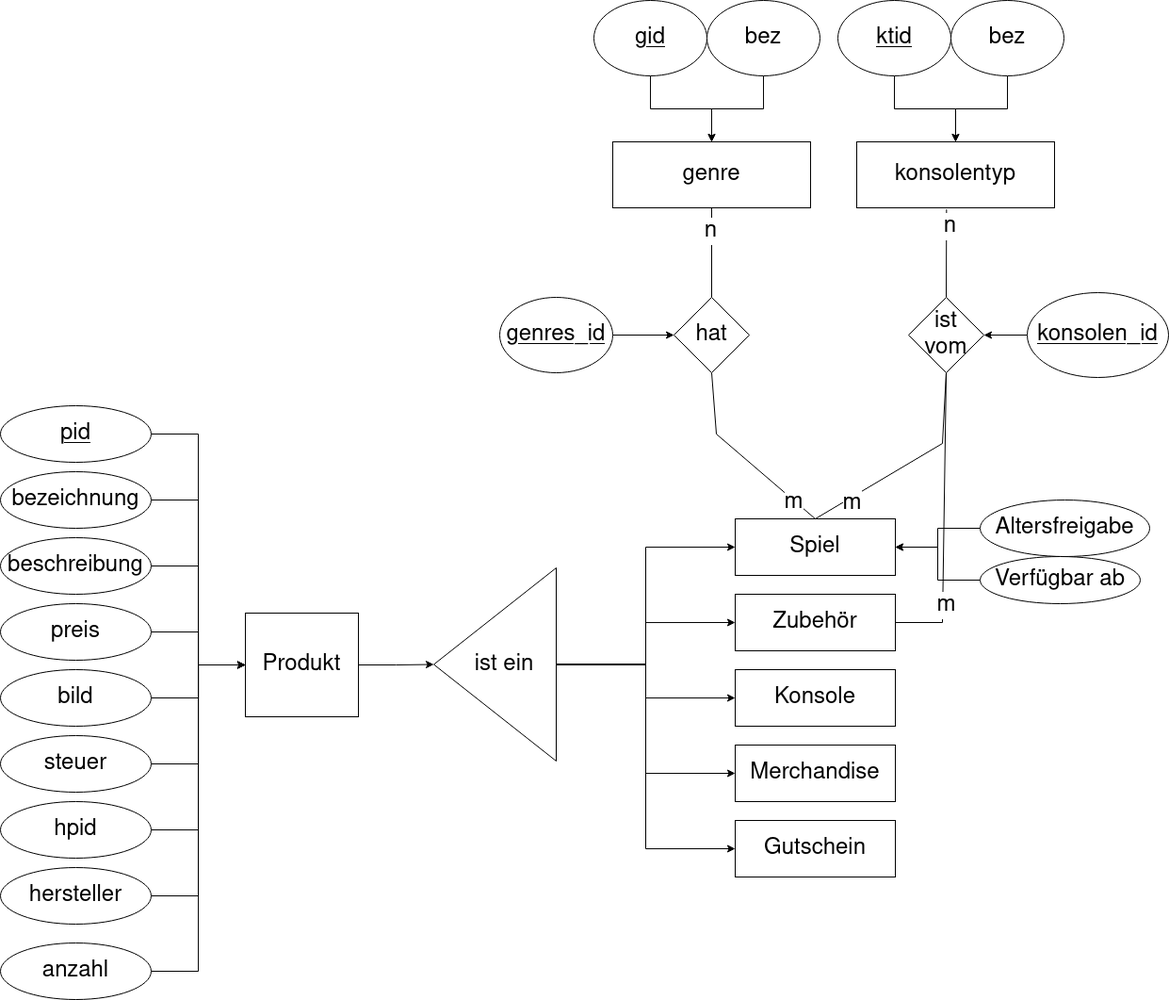
The draw.io diagram Dokumentation/ERM_Gamerverse.png in VANCOLD/webshop, before a commit. Source tidied: cells renumbered, new cells last; positions are measured from the earlier drawing's top-left corner, leaving out a move shared by most shapes.
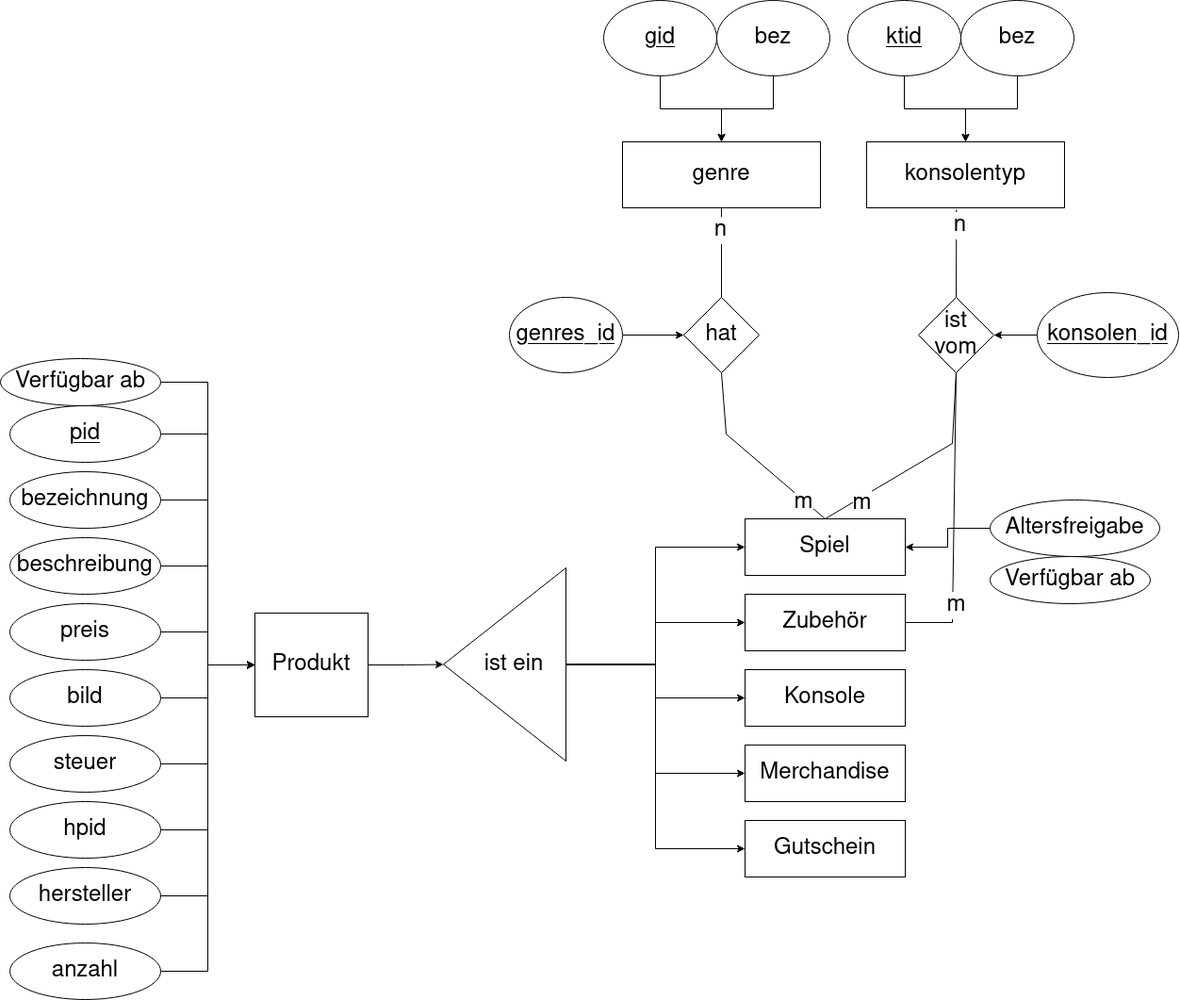
The same file after the commit.

What changed in the source:
```diff
@@ -199,11 +199,14 @@
     <mxCell id="62" value="Altersfreigabe" style="ellipse;whiteSpace=wrap;html=1;fontSize=24;" parent="1" vertex="1">
       <mxGeometry x="1040" y="530" width="180" height="60" as="geometry" />
     </mxCell>
-    <mxCell id="63" style="edgeStyle=orthogonalEdgeStyle;rounded=0;jettySize=auto;html=1;exitX=0;exitY=0.5;exitDx=0;exitDy=0;entryX=1;entryY=0.5;entryDx=0;entryDy=0;fontSize=24;" parent="1" edge="1" source="64" target="19">
-      <mxGeometry relative="1" as="geometry" />
-    </mxCell>
     <mxCell id="64" value="Verfügbar ab" style="ellipse;whiteSpace=wrap;html=1;fontSize=24;" parent="1" vertex="1">
       <mxGeometry x="1040" y="590" width="170" height="50" as="geometry" />
     </mxCell>
+    <mxCell id="65" style="edgeStyle=orthogonalEdgeStyle;rounded=0;jettySize=auto;html=1;exitX=1;exitY=0.5;exitDx=0;exitDy=0;entryX=0;entryY=0.5;entryDx=0;entryDy=0;" parent="1" edge="1" source="66" target="3">
+      <mxGeometry relative="1" as="geometry" />
+    </mxCell>
+    <mxCell id="66" value="Verfügbar ab" style="ellipse;whiteSpace=wrap;html=1;fontSize=24;" parent="1" vertex="1">
+      <mxGeometry x="-10" y="380" width="170" height="50" as="geometry" />
+    </mxCell>
   </root>
 </mxGraphModel>
```
